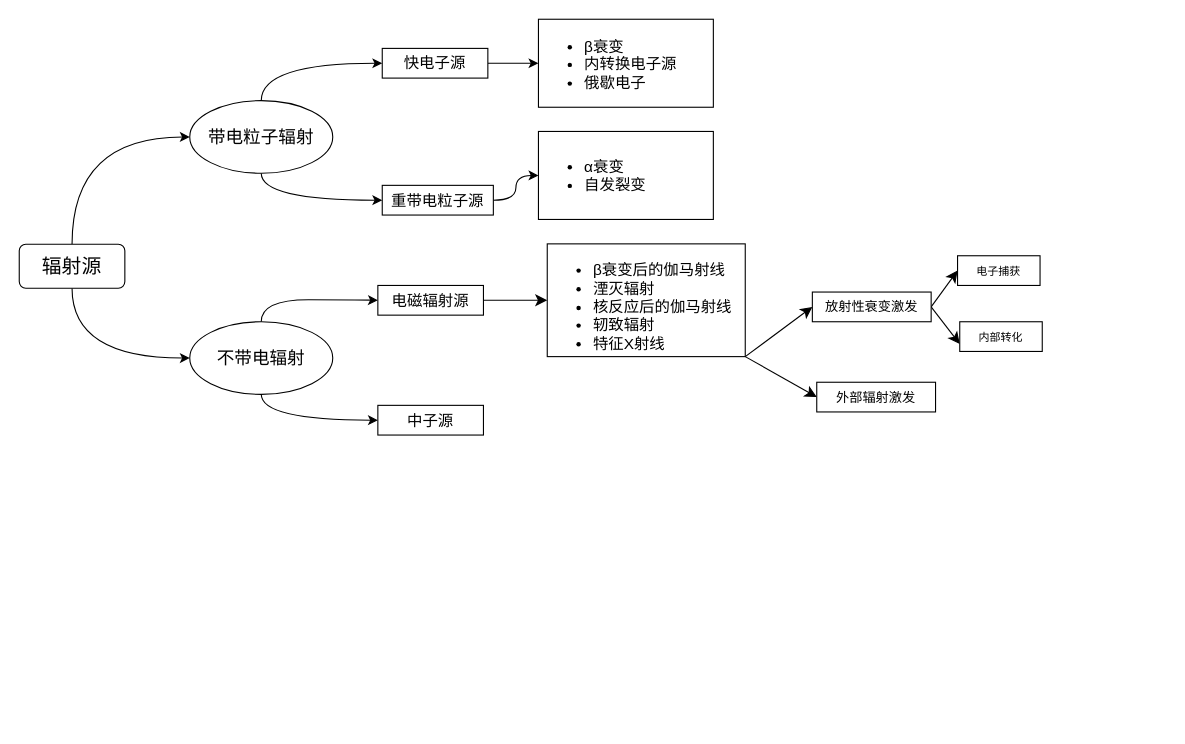
Before: Radiation Detection and Measurement/核辐射探测与测量思维导图.drawio in wenhao999999999999/Study-Notes, a draw.io diagram. Source tidied: cells renumbered, new cells numbered last; positions are measured from the earlier drawing's top-left corner, leaving out a move shared by most shapes. Both pictures are drawn from the tidied source at 110%, with x=0, y=0 at pixel (19, 19).
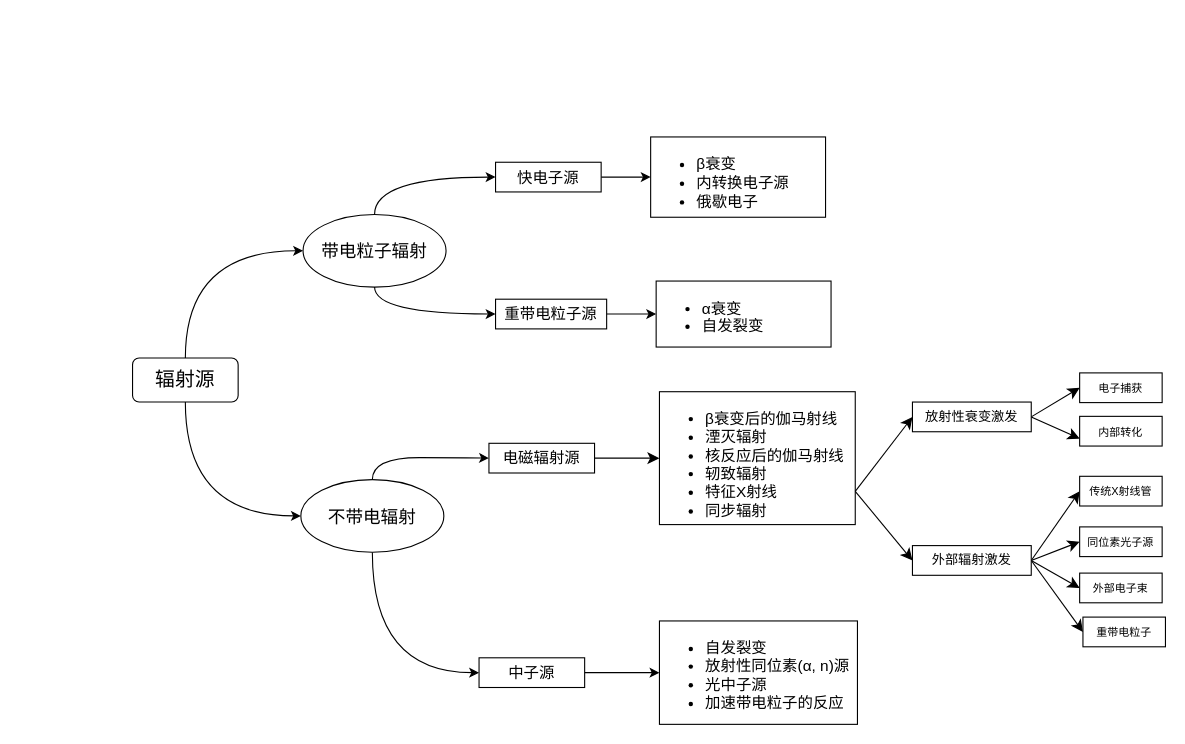
The same diagram, later.

The edit, as a diff of the source:
```diff
@@
     <mxCell id="4" value="辐射源" style="rounded=1;whiteSpace=wrap;html=1;fontSize=18;" parent="1" vertex="1">
-      <mxGeometry y="204.5" width="96" height="40" as="geometry" />
+      <mxGeometry x="103" y="308" width="96" height="40" as="geometry" />
     </mxCell>
@@
     <mxCell id="7" value="带电粒子辐射" style="ellipse;whiteSpace=wrap;html=1;shapeInside=1;fontSize=16;" parent="1" vertex="1">
-      <mxGeometry x="155" y="74" width="130" height="66" as="geometry" />
+      <mxGeometry x="258" y="177.5" width="130" height="66" as="geometry" />
     </mxCell>
@@
     <mxCell id="10" value="不带电辐射" style="ellipse;whiteSpace=wrap;html=1;shapeInside=1;fontSize=16;" parent="1" vertex="1">
-      <mxGeometry x="155" y="275" width="130" height="66" as="geometry" />
+      <mxGeometry x="256" y="418.5" width="130" height="66" as="geometry" />
     </mxCell>
@@
     <mxCell id="12" value="快电子源" style="rounded=0;whiteSpace=wrap;html=1;fontSize=14;" parent="1" vertex="1">
-      <mxGeometry x="330" y="26.5" width="96" height="27" as="geometry" />
+      <mxGeometry x="433" y="130" width="96" height="27" as="geometry" />
     </mxCell>
@@
     <mxCell id="14" value="重带电粒子源" style="rounded=0;whiteSpace=wrap;html=1;fontSize=14;" parent="1" vertex="1">
-      <mxGeometry x="330" y="151" width="101" height="27" as="geometry" />
+      <mxGeometry x="433" y="254.5" width="101" height="27" as="geometry" />
     </mxCell>
     <mxCell id="15" value="&lt;ul&gt;&lt;li&gt;β衰变&lt;/li&gt;&lt;li&gt;内转换电子源&lt;/li&gt;&lt;li&gt;俄歇电子&lt;/li&gt;&lt;/ul&gt;" style="text;strokeColor=default;fillColor=none;html=1;whiteSpace=wrap;verticalAlign=middle;overflow=hidden;fontSize=14;" parent="1" vertex="1">
-      <mxGeometry x="472" width="159" height="80" as="geometry" />
+      <mxGeometry x="574" y="107" width="159" height="73" as="geometry" />
     </mxCell>
     <mxCell id="16" value="&lt;ul&gt;&lt;li&gt;α衰变&lt;/li&gt;&lt;li&gt;自发裂变&lt;/li&gt;&lt;/ul&gt;" style="text;strokeColor=default;fillColor=none;html=1;whiteSpace=wrap;verticalAlign=middle;overflow=hidden;fontSize=14;" parent="1" vertex="1">
-      <mxGeometry x="472" y="102" width="159" height="80" as="geometry" />
+      <mxGeometry x="579" y="238" width="159" height="60" as="geometry" />
     </mxCell>
@@
     <mxCell id="18" value="电磁辐射源" style="rounded=0;whiteSpace=wrap;html=1;fontSize=14;" parent="1" vertex="1">
-      <mxGeometry x="326" y="242" width="96" height="27" as="geometry" />
+      <mxGeometry x="427" y="385.5" width="96" height="27" as="geometry" />
     </mxCell>
+    <mxCell id="29" style="edgeStyle=orthogonalEdgeStyle;rounded=0;jettySize=auto;html=1;exitX=1;exitY=0.5;exitDx=0;exitDy=0;" parent="1" edge="1" source="19" target="38">
+      <mxGeometry relative="1" as="geometry" />
+    </mxCell>
     <mxCell id="19" value="中子源" style="rounded=0;whiteSpace=wrap;html=1;fontSize=14;" parent="1" vertex="1">
-      <mxGeometry x="326" y="351" width="96" height="27" as="geometry" />
+      <mxGeometry x="418" y="580.5" width="96" height="27" as="geometry" />
     </mxCell>
-    <mxCell id="20" style="edgeStyle=none;curved=1;rounded=0;jettySize=auto;html=1;exitX=1;exitY=1;exitDx=0;exitDy=0;entryX=0;entryY=0.5;entryDx=0;entryDy=0;fontSize=12;startSize=8;endSize=8;" parent="1" edge="1" source="22" target="25">
+    <mxCell id="20" style="edgeStyle=none;curved=1;rounded=0;jettySize=auto;html=1;exitX=1;exitY=0.75;exitDx=0;exitDy=0;entryX=0;entryY=0.5;entryDx=0;entryDy=0;fontSize=12;startSize=8;endSize=8;" parent="1" edge="1" source="22" target="25">
       <mxGeometry relative="1" as="geometry" />
     </mxCell>
-    <mxCell id="21" style="edgeStyle=none;curved=1;rounded=0;jettySize=auto;html=1;exitX=1;exitY=1;exitDx=0;exitDy=0;entryX=0;entryY=0.5;entryDx=0;entryDy=0;fontSize=12;startSize=8;endSize=8;" parent="1" edge="1" source="22" target="26">
+    <mxCell id="21" style="edgeStyle=none;curved=1;rounded=0;jettySize=auto;html=1;exitX=1;exitY=0.75;exitDx=0;exitDy=0;entryX=0;entryY=0.5;entryDx=0;entryDy=0;fontSize=12;startSize=8;endSize=8;" parent="1" edge="1" source="22" target="26">
       <mxGeometry relative="1" as="geometry" />
     </mxCell>
-    <mxCell id="22" value="&lt;ul&gt;&lt;li&gt;β衰变后的伽马射线&lt;/li&gt;&lt;li&gt;湮灭辐射&lt;/li&gt;&lt;li&gt;核反应后的伽马射线&lt;/li&gt;&lt;li&gt;轫致辐射&lt;/li&gt;&lt;li&gt;特征X射线&lt;/li&gt;&lt;/ul&gt;" style="text;strokeColor=default;fillColor=none;html=1;whiteSpace=wrap;verticalAlign=middle;overflow=hidden;fontSize=14;" parent="1" vertex="1">
-      <mxGeometry x="480" y="204.2" width="180" height="102.5" as="geometry" />
+    <mxCell id="22" value="&lt;ul&gt;&lt;li&gt;β衰变后的伽马射线&lt;/li&gt;&lt;li&gt;湮灭辐射&lt;/li&gt;&lt;li&gt;核反应后的伽马射线&lt;/li&gt;&lt;li&gt;轫致辐射&lt;/li&gt;&lt;li&gt;特征X射线&lt;/li&gt;&lt;li&gt;同步辐射&lt;/li&gt;&lt;/ul&gt;" style="text;strokeColor=default;fillColor=none;html=1;whiteSpace=wrap;verticalAlign=middle;overflow=hidden;fontSize=14;" parent="1" vertex="1">
+      <mxGeometry x="582" y="338.6" width="178" height="120.8" as="geometry" />
     </mxCell>
@@
     <mxCell id="25" value="放射性衰变激发" style="rounded=0;whiteSpace=wrap;html=1;fontSize=12;" parent="1" vertex="1">
-      <mxGeometry x="721" y="248" width="108" height="27" as="geometry" />
+      <mxGeometry x="812" y="348" width="108" height="27" as="geometry" />
     </mxCell>
+    <mxCell id="30" style="edgeStyle=none;curved=1;rounded=0;jettySize=auto;html=1;exitX=1;exitY=0.5;exitDx=0;exitDy=0;entryX=0;entryY=0.5;entryDx=0;entryDy=0;fontSize=12;startSize=8;endSize=8;" parent="1" edge="1" source="26" target="34">
+      <mxGeometry relative="1" as="geometry" />
+    </mxCell>
+    <mxCell id="31" style="edgeStyle=none;curved=1;rounded=0;jettySize=auto;html=1;exitX=1;exitY=0.5;exitDx=0;exitDy=0;entryX=0;entryY=0.5;entryDx=0;entryDy=0;fontSize=12;startSize=8;endSize=8;" parent="1" edge="1" source="26" target="35">
+      <mxGeometry relative="1" as="geometry" />
+    </mxCell>
+    <mxCell id="32" style="edgeStyle=none;curved=1;rounded=0;jettySize=auto;html=1;exitX=1;exitY=0.5;exitDx=0;exitDy=0;entryX=0;entryY=0.5;entryDx=0;entryDy=0;fontSize=12;startSize=8;endSize=8;" parent="1" edge="1" source="26" target="36">
+      <mxGeometry relative="1" as="geometry" />
+    </mxCell>
+    <mxCell id="33" style="edgeStyle=none;curved=1;rounded=0;jettySize=auto;html=1;exitX=1;exitY=0.5;exitDx=0;exitDy=0;entryX=0;entryY=0.5;entryDx=0;entryDy=0;fontSize=12;startSize=8;endSize=8;" parent="1" edge="1" source="26" target="37">
+      <mxGeometry relative="1" as="geometry" />
+    </mxCell>
     <mxCell id="26" value="外部辐射激发" style="rounded=0;whiteSpace=wrap;html=1;fontSize=12;" parent="1" vertex="1">
-      <mxGeometry x="725" y="330" width="108" height="27" as="geometry" />
+      <mxGeometry x="812" y="478.5" width="108" height="27" as="geometry" />
     </mxCell>
     <mxCell id="27" value="电子捕获" style="rounded=0;whiteSpace=wrap;html=1;fontSize=10;" parent="1" vertex="1">
-      <mxGeometry x="853" y="215" width="75" height="27" as="geometry" />
+      <mxGeometry x="964" y="321.5" width="75" height="27" as="geometry" />
     </mxCell>
     <mxCell id="28" value="内部转化" style="rounded=0;whiteSpace=wrap;html=1;fontSize=10;" parent="1" vertex="1">
-      <mxGeometry x="855" y="275" width="75" height="27" as="geometry" />
+      <mxGeometry x="964" y="361" width="75" height="27" as="geometry" />
     </mxCell>
+    <mxCell id="34" value="传统X射线管" style="rounded=0;whiteSpace=wrap;html=1;fontSize=10;" parent="1" vertex="1">
+      <mxGeometry x="964" y="415.5" width="75" height="27" as="geometry" />
+    </mxCell>
+    <mxCell id="35" value="同位素光子源" style="rounded=0;whiteSpace=wrap;html=1;fontSize=10;" parent="1" vertex="1">
+      <mxGeometry x="964" y="461.5" width="75" height="27" as="geometry" />
+    </mxCell>
+    <mxCell id="36" value="外部电子束" style="rounded=0;whiteSpace=wrap;html=1;fontSize=10;" parent="1" vertex="1">
+      <mxGeometry x="964" y="503.5" width="75" height="27" as="geometry" />
+    </mxCell>
+    <mxCell id="37" value="重带电粒子" style="rounded=0;whiteSpace=wrap;html=1;fontSize=10;" parent="1" vertex="1">
+      <mxGeometry x="967" y="543.5" width="75" height="27" as="geometry" />
+    </mxCell>
+    <mxCell id="38" value="&lt;ul&gt;&lt;li&gt;自发裂变&lt;/li&gt;&lt;li&gt;放射性同位素(α, n)源&lt;/li&gt;&lt;li&gt;光中子源&lt;/li&gt;&lt;li&gt;加速带电粒子的反应&lt;/li&gt;&lt;/ul&gt;" style="text;strokeColor=default;fillColor=none;html=1;whiteSpace=wrap;verticalAlign=middle;overflow=hidden;fontSize=14;" parent="1" vertex="1">
+      <mxGeometry x="582" y="547" width="180" height="94" as="geometry" />
+    </mxCell>
```
